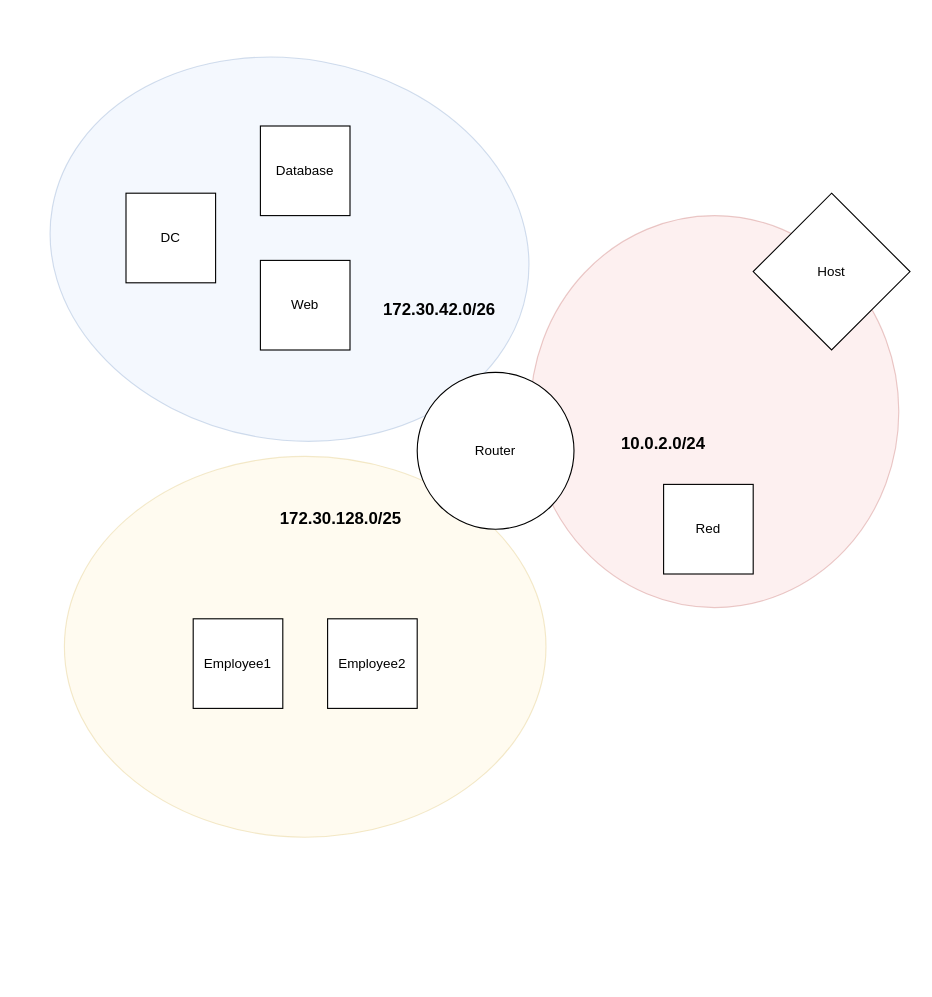
Earlier version of the draw.io diagram network-overview.drawio (nealjoos/cybersecurity-advanced-lab). Source tidied: cells renumbered, new cells numbered last; positions are measured from the earlier drawing's top-left corner, leaving out a move shared by most shapes. Both pictures are drawn from the tidied source at 112%, with x=0, y=0 at pixel (48, 58).
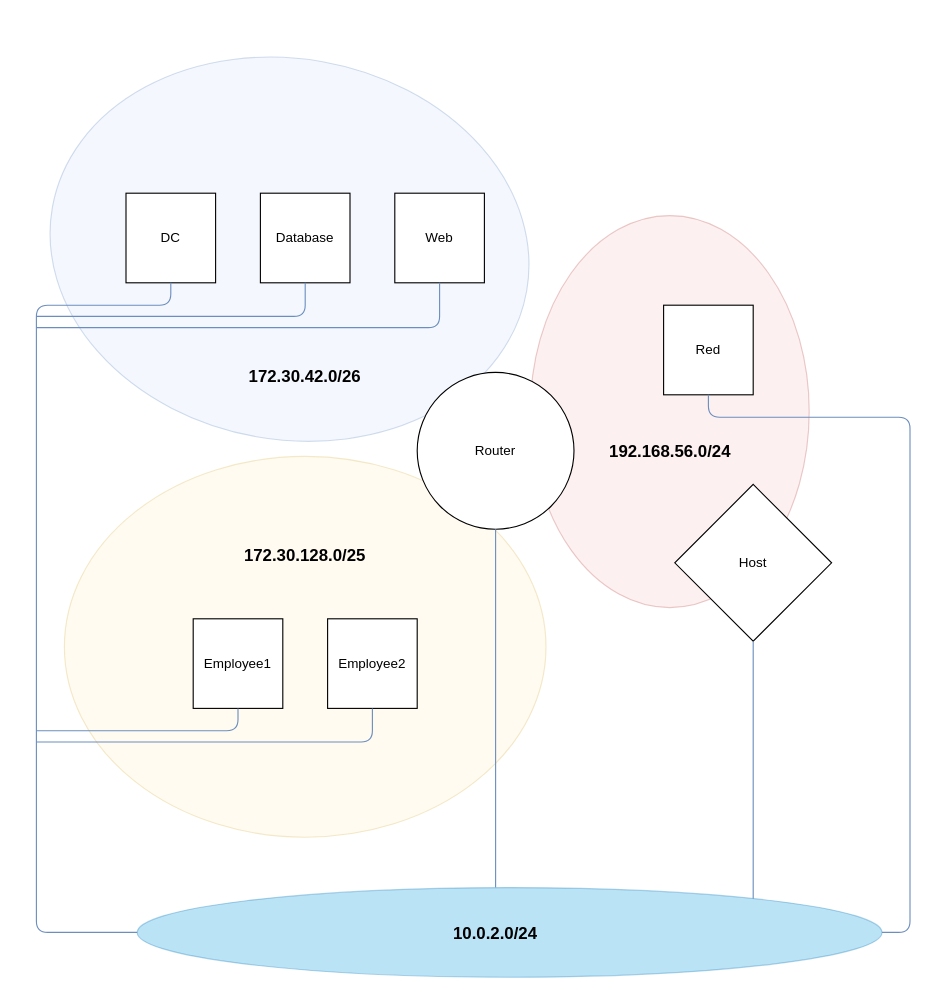
After the change.

Unchanged cells that the change refers to:
```xml
<mxCell id="5" value="Router" style="ellipse;whiteSpace=wrap;html=1;" parent="1" vertex="1">
  <mxGeometry x="329" y="280" width="140" height="140" as="geometry" />
</mxCell>
<mxCell id="10" value="DC" style="whiteSpace=wrap;html=1;" parent="1" vertex="1">
  <mxGeometry x="69" y="120" width="80" height="80" as="geometry" />
</mxCell>
```

Change to the diagram source:
```diff
@@
     <mxCell id="2" style="ellipse;whiteSpace=wrap;html=1;fillColor=#f8cecc;strokeColor=#b85450;opacity=30;rotation=0;" parent="1" vertex="1">
-      <mxGeometry x="430" y="140" width="329" height="350" as="geometry" />
+      <mxGeometry x="430" y="140" width="249" height="350" as="geometry" />
     </mxCell>
@@
     <mxCell id="6" value="Host" style="rhombus;whiteSpace=wrap;html=1;" parent="1" vertex="1">
-      <mxGeometry x="629" y="120" width="140" height="140" as="geometry" />
+      <mxGeometry x="559" y="380" width="140" height="140" as="geometry" />
     </mxCell>
     <mxCell id="7" value="Red" style="whiteSpace=wrap;html=1;" parent="1" vertex="1">
-      <mxGeometry x="549" y="380" width="80" height="80" as="geometry" />
+      <mxGeometry x="549" y="220" width="80" height="80" as="geometry" />
     </mxCell>
@@
     <mxCell id="11" value="Database" style="whiteSpace=wrap;html=1;" parent="1" vertex="1">
-      <mxGeometry x="189" y="60" width="80" height="80" as="geometry" />
+      <mxGeometry x="189" y="120" width="80" height="80" as="geometry" />
     </mxCell>
     <mxCell id="12" value="Web" style="whiteSpace=wrap;html=1;" parent="1" vertex="1">
-      <mxGeometry x="189" y="180" width="80" height="80" as="geometry" />
+      <mxGeometry x="309" y="120" width="80" height="80" as="geometry" />
     </mxCell>
     <mxCell id="13" value="&lt;font style=&quot;font-size: 15px;&quot;&gt;&lt;b&gt;172.30.42.0/26&lt;/b&gt;&lt;/font&gt;" style="text;html=1;strokeColor=none;fillColor=none;align=center;verticalAlign=middle;whiteSpace=wrap;rounded=0;opacity=30;" parent="1" vertex="1">
-      <mxGeometry x="299" y="200" width="100" height="45" as="geometry" />
+      <mxGeometry x="179" y="260" width="100" height="45" as="geometry" />
     </mxCell>
     <mxCell id="14" value="&lt;font style=&quot;font-size: 15px;&quot;&gt;&lt;b&gt;172.30.128.0/25&lt;br&gt;&lt;/b&gt;&lt;/font&gt;" style="text;html=1;strokeColor=none;fillColor=none;align=center;verticalAlign=middle;whiteSpace=wrap;rounded=0;opacity=30;" parent="1" vertex="1">
-      <mxGeometry x="193" y="387.5" width="136" height="45" as="geometry" />
+      <mxGeometry x="161" y="420" width="136" height="45" as="geometry" />
     </mxCell>
-    <mxCell id="15" value="&lt;font style=&quot;font-size: 15px&quot;&gt;&lt;b&gt;10.0.2.0/24&lt;br&gt;&lt;/b&gt;&lt;/font&gt;" style="text;html=1;strokeColor=none;fillColor=none;align=center;verticalAlign=middle;whiteSpace=wrap;rounded=0;opacity=30;" parent="1" vertex="1">
-      <mxGeometry x="499" y="320" width="100" height="45" as="geometry" />
+    <mxCell id="15" value="&lt;font style=&quot;font-size: 15px&quot;&gt;&lt;b&gt;192.168.56.0/24&lt;br&gt;&lt;/b&gt;&lt;/font&gt;" style="text;html=1;strokeColor=none;fillColor=none;align=center;verticalAlign=middle;whiteSpace=wrap;rounded=0;opacity=30;" parent="1" vertex="1">
+      <mxGeometry x="484.5" y="327.5" width="140" height="45" as="geometry" />
     </mxCell>
+    <mxCell id="16" style="ellipse;whiteSpace=wrap;html=1;fillColor=#1ba1e2;strokeColor=#006EAF;opacity=30;fontColor=#ffffff;" parent="1" vertex="1">
+      <mxGeometry x="79" y="740" width="665" height="80" as="geometry" />
+    </mxCell>
+    <mxCell id="17" value="&lt;font style=&quot;font-size: 15px&quot;&gt;&lt;b&gt;10.0.2.0/24&lt;br&gt;&lt;/b&gt;&lt;/font&gt;" style="text;html=1;strokeColor=none;fillColor=none;align=center;verticalAlign=middle;whiteSpace=wrap;rounded=0;opacity=30;" parent="1" vertex="1">
+      <mxGeometry x="349" y="757.5" width="100" height="45" as="geometry" />
+    </mxCell>
+    <mxCell id="18" style="endArrow=none;html=1;entryX=0.5;entryY=1;entryDx=0;entryDy=0;fillColor=#dae8fc;strokeColor=#6c8ebf;exitX=0;exitY=0.5;exitDx=0;exitDy=0;" parent="1" edge="1" source="16" target="10">
+      <mxGeometry relative="1" as="geometry">
+        <Array as="points">
+          <mxPoint x="-11" y="780" />
+          <mxPoint x="-11" y="220" />
+          <mxPoint x="109" y="220" />
+        </Array>
+      </mxGeometry>
+    </mxCell>
+    <mxCell id="19" style="endArrow=none;html=1;entryX=0.5;entryY=1;entryDx=0;entryDy=0;fillColor=#dae8fc;strokeColor=#6c8ebf;" parent="1" edge="1" target="11">
+      <mxGeometry relative="1" as="geometry">
+        <mxPoint x="-11" y="230" as="sourcePoint" />
+        <Array as="points">
+          <mxPoint x="229" y="230" />
+        </Array>
+      </mxGeometry>
+    </mxCell>
+    <mxCell id="20" style="endArrow=none;html=1;entryX=0.5;entryY=1;entryDx=0;entryDy=0;fillColor=#dae8fc;strokeColor=#6c8ebf;" parent="1" edge="1" target="12">
+      <mxGeometry relative="1" as="geometry">
+        <mxPoint x="-11" y="240" as="sourcePoint" />
+        <Array as="points">
+          <mxPoint x="349" y="240" />
+        </Array>
+      </mxGeometry>
+    </mxCell>
+    <mxCell id="21" style="endArrow=none;html=1;entryX=0.5;entryY=1;entryDx=0;entryDy=0;fillColor=#dae8fc;strokeColor=#6c8ebf;" parent="1" edge="1">
+      <mxGeometry relative="1" as="geometry">
+        <mxPoint x="-11" y="600" as="sourcePoint" />
+        <mxPoint x="169" y="580" as="targetPoint" />
+        <Array as="points">
+          <mxPoint x="169" y="600" />
+        </Array>
+      </mxGeometry>
+    </mxCell>
+    <mxCell id="22" style="endArrow=none;html=1;entryX=0.5;entryY=1;entryDx=0;entryDy=0;fillColor=#dae8fc;strokeColor=#6c8ebf;" parent="1" edge="1">
+      <mxGeometry relative="1" as="geometry">
+        <mxPoint x="-11" y="610" as="sourcePoint" />
+        <mxPoint x="289" y="580" as="targetPoint" />
+        <Array as="points">
+          <mxPoint x="289" y="610" />
+        </Array>
+      </mxGeometry>
+    </mxCell>
+    <mxCell id="23" style="endArrow=none;html=1;entryX=0.5;entryY=1;entryDx=0;entryDy=0;fillColor=#dae8fc;strokeColor=#6c8ebf;" parent="1" edge="1" target="5">
+      <mxGeometry relative="1" as="geometry">
+        <mxPoint x="399" y="740" as="sourcePoint" />
+      </mxGeometry>
+    </mxCell>
+    <mxCell id="24" style="endArrow=none;html=1;entryX=1;entryY=0.5;entryDx=0;entryDy=0;fillColor=#dae8fc;strokeColor=#6c8ebf;exitX=0.5;exitY=1;exitDx=0;exitDy=0;" parent="1" edge="1" source="7" target="16">
+      <mxGeometry relative="1" as="geometry">
+        <Array as="points">
+          <mxPoint x="589" y="320" />
+          <mxPoint x="769" y="320" />
+          <mxPoint x="769" y="780" />
+        </Array>
+      </mxGeometry>
+    </mxCell>
+    <mxCell id="25" style="endArrow=none;html=1;entryX=0.5;entryY=1;entryDx=0;entryDy=0;fillColor=#dae8fc;strokeColor=#6c8ebf;" parent="1" edge="1" target="6">
+      <mxGeometry relative="1" as="geometry">
+        <mxPoint x="629" y="750" as="sourcePoint" />
+      </mxGeometry>
+    </mxCell>
```
